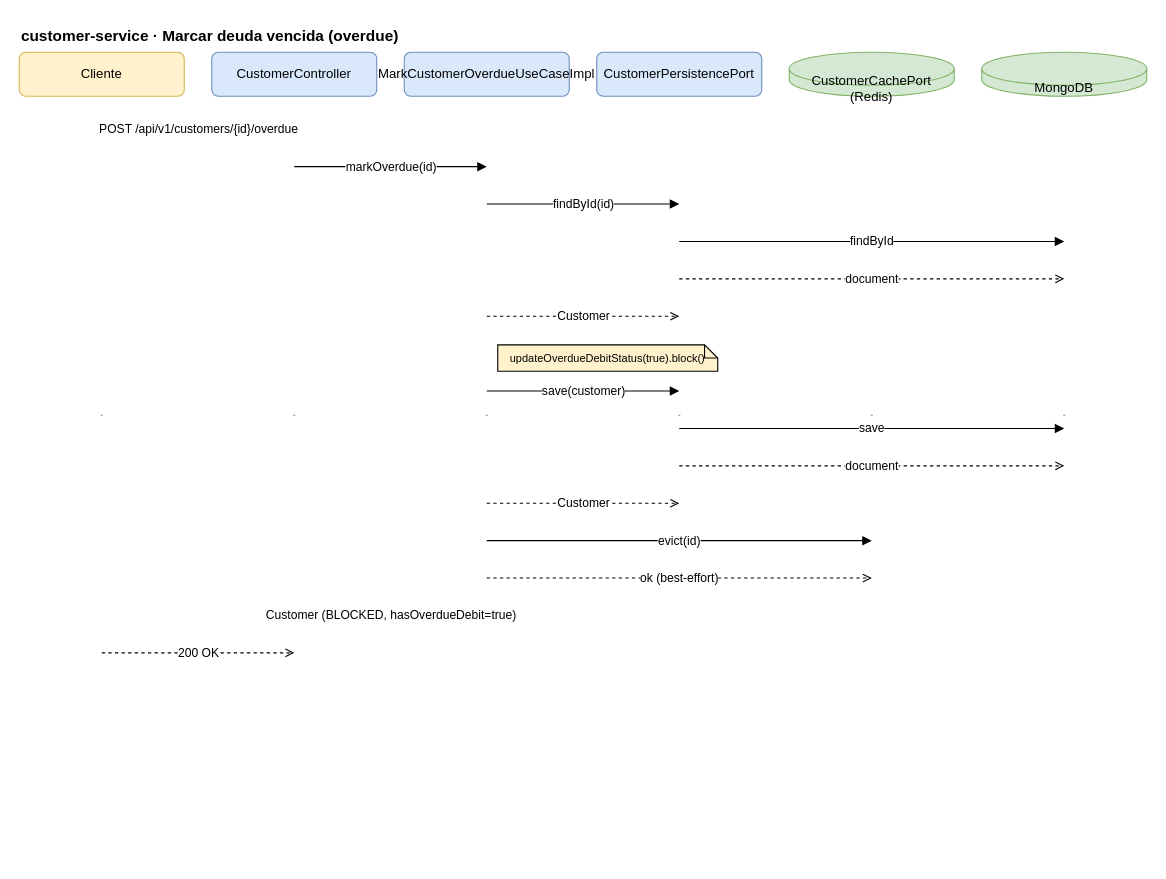
Earlier version of the draw.io diagram docs/diagrams/drawio/03-customer-overdue.drawio (Zairex-Code/financial-core). Source tidied: cells renumbered, new cells numbered last; positions are measured from the earlier drawing's top-left corner, leaving out a move shared by most shapes. Both pictures are drawn from the tidied source at 110%, with x=0, y=0 at pixel (19, 19).
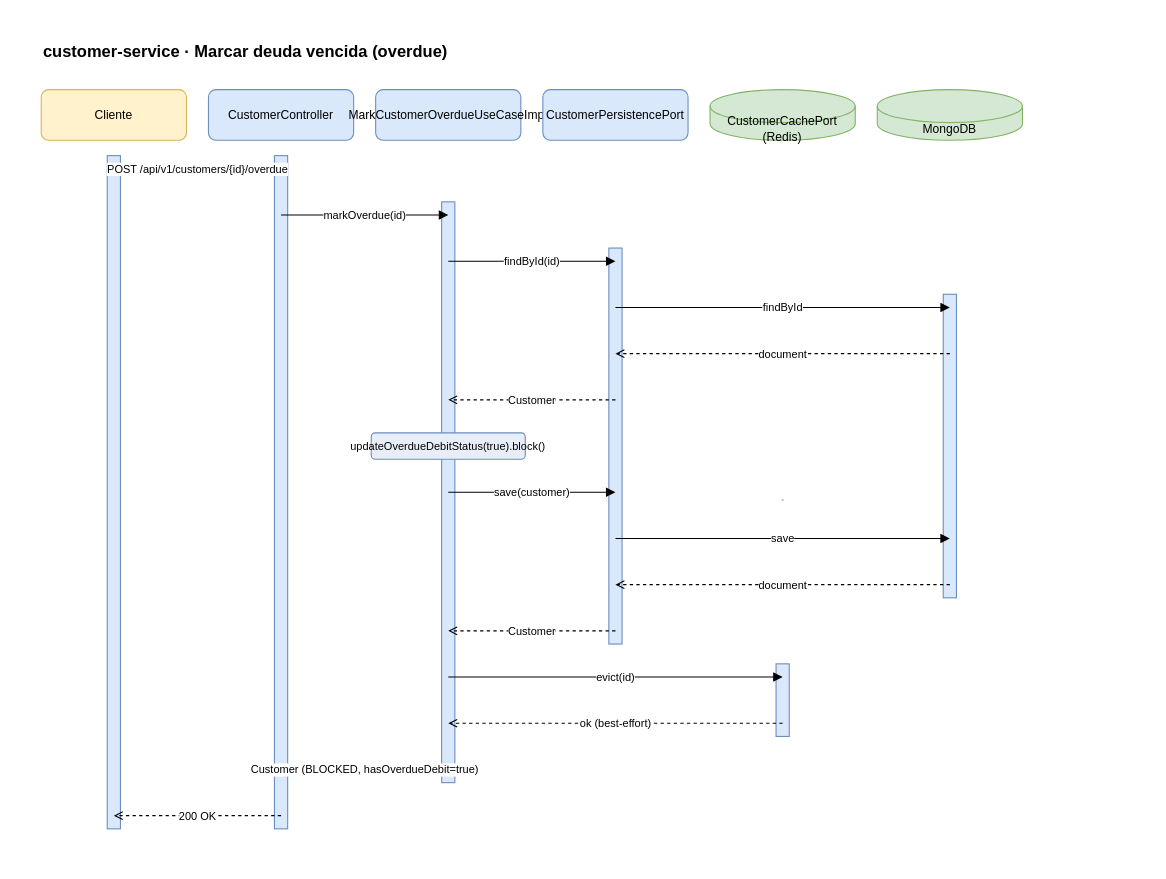
The same page after the edit.

The edit, as a diff of the source:
```diff
@@
+    <mxCell id="8" value="customer-service · Marcar deuda vencida (overdue)" style="text;html=1;align=left;fontSize=15;fontStyle=1;" parent="1" vertex="1">
+      <mxGeometry x="20" y="14" width="900" height="24" as="geometry" />
+    </mxCell>
-    <mxCell id="2" value="Cliente" style="rounded=1;whiteSpace=wrap;html=1;fillColor=#fff2cc;strokeColor=#d6b656;fontSize=12;" parent="1" vertex="1">
-      <mxGeometry y="30" width="150" height="40" as="geometry" />
+    <mxCell id="2" value="Cliente" style="rounded=1;whiteSpace=wrap;html=1;fillColor=#fff2cc;strokeColor=#d6b656;fontSize=11;" parent="1" vertex="1">
+      <mxGeometry x="20" y="64" width="132" height="46" as="geometry" />
     </mxCell>
-    <mxCell id="3" value="CustomerController" style="rounded=1;whiteSpace=wrap;html=1;fillColor=#dae8fc;strokeColor=#6c8ebf;fontSize=12;" parent="1" vertex="1">
-      <mxGeometry x="175" y="30" width="150" height="40" as="geometry" />
+    <mxCell id="3" value="CustomerController" style="rounded=1;whiteSpace=wrap;html=1;fillColor=#dae8fc;strokeColor=#6c8ebf;fontSize=11;fontStyle=0;" parent="1" vertex="1">
+      <mxGeometry x="172" y="64" width="132" height="46" as="geometry" />
     </mxCell>
-    <mxCell id="4" value="MarkCustomerOverdueUseCaseImpl" style="rounded=1;whiteSpace=wrap;html=1;fillColor=#dae8fc;strokeColor=#6c8ebf;fontSize=12;" parent="1" vertex="1">
-      <mxGeometry x="350" y="30" width="150" height="40" as="geometry" />
+    <mxCell id="4" value="MarkCustomerOverdueUseCaseImpl" style="rounded=1;whiteSpace=wrap;html=1;fillColor=#dae8fc;strokeColor=#6c8ebf;fontSize=11;fontStyle=0;" parent="1" vertex="1">
+      <mxGeometry x="324" y="64" width="132" height="46" as="geometry" />
     </mxCell>
-    <mxCell id="5" value="CustomerPersistencePort" style="rounded=1;whiteSpace=wrap;html=1;fillColor=#dae8fc;strokeColor=#6c8ebf;fontSize=12;" parent="1" vertex="1">
-      <mxGeometry x="525" y="30" width="150" height="40" as="geometry" />
+    <mxCell id="5" value="CustomerPersistencePort" style="rounded=1;whiteSpace=wrap;html=1;fillColor=#dae8fc;strokeColor=#6c8ebf;fontSize=11;fontStyle=0;" parent="1" vertex="1">
+      <mxGeometry x="476" y="64" width="132" height="46" as="geometry" />
     </mxCell>
-    <mxCell id="6" value="CustomerCachePort (Redis)" style="shape=cylinder3;whiteSpace=wrap;html=1;fillColor=#d5e8d4;strokeColor=#82b366;boundedLbl=1;backgroundOutline=1;size=15;fontSize=12;" parent="1" vertex="1">
-      <mxGeometry x="700" y="30" width="150" height="40" as="geometry" />
+    <mxCell id="6" value="CustomerCachePort (Redis)" style="shape=cylinder3;whiteSpace=wrap;html=1;fillColor=#d5e8d4;strokeColor=#82b366;boundedLbl=1;backgroundOutline=1;size=15;fontSize=11;" parent="1" vertex="1">
+      <mxGeometry x="628" y="64" width="132" height="46" as="geometry" />
     </mxCell>
-    <mxCell id="7" value="MongoDB" style="shape=cylinder3;whiteSpace=wrap;html=1;fillColor=#d5e8d4;strokeColor=#82b366;boundedLbl=1;backgroundOutline=1;size=15;fontSize=12;" parent="1" vertex="1">
-      <mxGeometry x="875" y="30" width="150" height="40" as="geometry" />
+    <mxCell id="7" value="MongoDB" style="shape=cylinder3;whiteSpace=wrap;html=1;fillColor=#d5e8d4;strokeColor=#82b366;boundedLbl=1;backgroundOutline=1;size=15;fontSize=11;" parent="1" vertex="1">
+      <mxGeometry x="780" y="64" width="132" height="46" as="geometry" />
     </mxCell>
-    <mxCell id="8" value="customer-service · Marcar deuda vencida (overdue)" style="text;html=1;align=left;fontSize=14;fontStyle=1;" parent="1" vertex="1">
-      <mxGeometry width="400" height="20" as="geometry" />
-    </mxCell>
     <mxCell id="9" style="shape=line;strokeColor=#999999;dashed=1;html=1;" parent="1" vertex="1">
-      <mxGeometry x="74" y="70" width="2" height="580" as="geometry" />
+      <mxGeometry x="85" y="110" width="2" height="654" as="geometry" />
     </mxCell>
     <mxCell id="10" style="shape=line;strokeColor=#999999;dashed=1;html=1;" parent="1" vertex="1">
-      <mxGeometry x="249" y="70" width="2" height="580" as="geometry" />
+      <mxGeometry x="237" y="110" width="2" height="654" as="geometry" />
     </mxCell>
     <mxCell id="11" style="shape=line;strokeColor=#999999;dashed=1;html=1;" parent="1" vertex="1">
-      <mxGeometry x="424" y="70" width="2" height="580" as="geometry" />
+      <mxGeometry x="389" y="110" width="2" height="654" as="geometry" />
     </mxCell>
     <mxCell id="12" style="shape=line;strokeColor=#999999;dashed=1;html=1;" parent="1" vertex="1">
-      <mxGeometry x="599" y="70" width="2" height="580" as="geometry" />
+      <mxGeometry x="541" y="110" width="2" height="654" as="geometry" />
     </mxCell>
     <mxCell id="13" style="shape=line;strokeColor=#999999;dashed=1;html=1;" parent="1" vertex="1">
-      <mxGeometry x="774" y="70" width="2" height="580" as="geometry" />
+      <mxGeometry x="693" y="110" width="2" height="654" as="geometry" />
     </mxCell>
     <mxCell id="14" style="shape=line;strokeColor=#999999;dashed=1;html=1;" parent="1" vertex="1">
-      <mxGeometry x="949" y="70" width="2" height="580" as="geometry" />
+      <mxGeometry x="845" y="110" width="2" height="654" as="geometry" />
     </mxCell>
-    <mxCell id="15" value="updateOverdueDebitStatus(true).block()" style="shape=note;whiteSpace=wrap;html=1;backgroundOutline=1;size=12;fillColor=#fff2cc;fontSize=10;" parent="1" vertex="1">
-      <mxGeometry x="435" y="296" width="200" height="24" as="geometry" />
-    </mxCell>
+    <mxCell id="30" style="rounded=0;html=1;fillColor=#dae8fc;strokeColor=#6c8ebf;" parent="1" vertex="1">
+      <mxGeometry x="80" y="124" width="12" height="612" as="geometry" />
+    </mxCell>
+    <mxCell id="31" style="rounded=0;html=1;fillColor=#dae8fc;strokeColor=#6c8ebf;" parent="1" vertex="1">
+      <mxGeometry x="232" y="124" width="12" height="612" as="geometry" />
+    </mxCell>
+    <mxCell id="32" style="rounded=0;html=1;fillColor=#dae8fc;strokeColor=#6c8ebf;" parent="1" vertex="1">
+      <mxGeometry x="384" y="166" width="12" height="528" as="geometry" />
+    </mxCell>
+    <mxCell id="33" style="rounded=0;html=1;fillColor=#dae8fc;strokeColor=#6c8ebf;" parent="1" vertex="1">
+      <mxGeometry x="536" y="208" width="12" height="360" as="geometry" />
+    </mxCell>
+    <mxCell id="34" style="rounded=0;html=1;fillColor=#dae8fc;strokeColor=#6c8ebf;" parent="1" vertex="1">
+      <mxGeometry x="688" y="586" width="12" height="66" as="geometry" />
+    </mxCell>
+    <mxCell id="35" style="rounded=0;html=1;fillColor=#dae8fc;strokeColor=#6c8ebf;" parent="1" vertex="1">
+      <mxGeometry x="840" y="250" width="12" height="276" as="geometry" />
+    </mxCell>
-    <mxCell id="16" value="POST /api/v1/customers/{id}/overdue" style="edgeStyle=orthogonalEdgeStyle;rounded=0;html=1;endArrow=block;fontSize=11;" parent="1" edge="1">
+    <mxCell id="16" value="POST /api/v1/customers/{id}/overdue" style="edgeStyle=orthogonalEdgeStyle;rounded=0;html=1;endArrow=block;fontSize=10;labelBackgroundColor=#ffffff;" parent="1" edge="1">
       <mxGeometry relative="1" as="geometry">
-        <mxPoint x="75" y="100" as="sourcePoint" />
-        <mxPoint x="250" y="100" as="targetPoint" />
+        <mxPoint x="86" y="136" as="sourcePoint" />
+        <mxPoint x="238" y="136" as="targetPoint" />
       </mxGeometry>
     </mxCell>
-    <mxCell id="17" value="markOverdue(id)" style="edgeStyle=orthogonalEdgeStyle;rounded=0;html=1;endArrow=block;fontSize=11;" parent="1" edge="1">
+    <mxCell id="17" value="markOverdue(id)" style="edgeStyle=orthogonalEdgeStyle;rounded=0;html=1;endArrow=block;fontSize=10;labelBackgroundColor=#ffffff;" parent="1" edge="1">
       <mxGeometry relative="1" as="geometry">
-        <mxPoint x="250" y="134" as="sourcePoint" />
-        <mxPoint x="425" y="134" as="targetPoint" />
+        <mxPoint x="238" y="178" as="sourcePoint" />
+        <mxPoint x="390" y="178" as="targetPoint" />
       </mxGeometry>
     </mxCell>
-    <mxCell id="18" value="findById(id)" style="edgeStyle=orthogonalEdgeStyle;rounded=0;html=1;endArrow=block;fontSize=11;" parent="1" edge="1">
+    <mxCell id="18" value="findById(id)" style="edgeStyle=orthogonalEdgeStyle;rounded=0;html=1;endArrow=block;fontSize=10;labelBackgroundColor=#ffffff;" parent="1" edge="1">
       <mxGeometry relative="1" as="geometry">
-        <mxPoint x="425" y="168" as="sourcePoint" />
-        <mxPoint x="600" y="168" as="targetPoint" />
+        <mxPoint x="390" y="220" as="sourcePoint" />
+        <mxPoint x="542" y="220" as="targetPoint" />
       </mxGeometry>
     </mxCell>
-    <mxCell id="19" value="findById" style="edgeStyle=orthogonalEdgeStyle;rounded=0;html=1;endArrow=block;fontSize=11;" parent="1" edge="1">
+    <mxCell id="19" value="findById" style="edgeStyle=orthogonalEdgeStyle;rounded=0;html=1;endArrow=block;fontSize=10;labelBackgroundColor=#ffffff;" parent="1" edge="1">
       <mxGeometry relative="1" as="geometry">
-        <mxPoint x="600" y="202" as="sourcePoint" />
-        <mxPoint x="950" y="202" as="targetPoint" />
+        <mxPoint x="542" y="262" as="sourcePoint" />
+        <mxPoint x="846" y="262" as="targetPoint" />
       </mxGeometry>
     </mxCell>
-    <mxCell id="20" value="document" style="edgeStyle=orthogonalEdgeStyle;rounded=0;html=1;dashed=1;endArrow=open;fontSize=11;" parent="1" edge="1">
+    <mxCell id="20" value="document" style="edgeStyle=orthogonalEdgeStyle;rounded=0;html=1;dashed=1;endArrow=open;fontSize=10;labelBackgroundColor=#ffffff;" parent="1" edge="1">
       <mxGeometry relative="1" as="geometry">
-        <mxPoint x="600" y="236" as="sourcePoint" />
-        <mxPoint x="950" y="236" as="targetPoint" />
+        <mxPoint x="846" y="304" as="sourcePoint" />
+        <mxPoint x="542" y="304" as="targetPoint" />
       </mxGeometry>
     </mxCell>
-    <mxCell id="21" value="Customer" style="edgeStyle=orthogonalEdgeStyle;rounded=0;html=1;dashed=1;endArrow=open;fontSize=11;" parent="1" edge="1">
+    <mxCell id="21" value="Customer" style="edgeStyle=orthogonalEdgeStyle;rounded=0;html=1;dashed=1;endArrow=open;fontSize=10;labelBackgroundColor=#ffffff;" parent="1" edge="1">
       <mxGeometry relative="1" as="geometry">
-        <mxPoint x="425" y="270" as="sourcePoint" />
-        <mxPoint x="600" y="270" as="targetPoint" />
+        <mxPoint x="542" y="346" as="sourcePoint" />
+        <mxPoint x="390" y="346" as="targetPoint" />
       </mxGeometry>
     </mxCell>
+    <mxCell id="15" value="updateOverdueDebitStatus(true).block()" style="rounded=1;whiteSpace=wrap;html=1;fillColor=#e8eef7;strokeColor=#6c8ebf;fontSize=10;" parent="1" vertex="1">
+      <mxGeometry x="320" y="376" width="140" height="24" as="geometry" />
+    </mxCell>
-    <mxCell id="22" value="save(customer)" style="edgeStyle=orthogonalEdgeStyle;rounded=0;html=1;endArrow=block;fontSize=11;" parent="1" edge="1">
+    <mxCell id="22" value="save(customer)" style="edgeStyle=orthogonalEdgeStyle;rounded=0;html=1;endArrow=block;fontSize=10;labelBackgroundColor=#ffffff;" parent="1" edge="1">
       <mxGeometry relative="1" as="geometry">
-        <mxPoint x="425" y="338" as="sourcePoint" />
-        <mxPoint x="600" y="338" as="targetPoint" />
+        <mxPoint x="390" y="430" as="sourcePoint" />
+        <mxPoint x="542" y="430" as="targetPoint" />
       </mxGeometry>
     </mxCell>
-    <mxCell id="23" value="save" style="edgeStyle=orthogonalEdgeStyle;rounded=0;html=1;endArrow=block;fontSize=11;" parent="1" edge="1">
+    <mxCell id="23" value="save" style="edgeStyle=orthogonalEdgeStyle;rounded=0;html=1;endArrow=block;fontSize=10;labelBackgroundColor=#ffffff;" parent="1" edge="1">
       <mxGeometry relative="1" as="geometry">
-        <mxPoint x="600" y="372" as="sourcePoint" />
-        <mxPoint x="950" y="372" as="targetPoint" />
+        <mxPoint x="542" y="472" as="sourcePoint" />
+        <mxPoint x="846" y="472" as="targetPoint" />
       </mxGeometry>
     </mxCell>
-    <mxCell id="24" value="document" style="edgeStyle=orthogonalEdgeStyle;rounded=0;html=1;dashed=1;endArrow=open;fontSize=11;" parent="1" edge="1">
+    <mxCell id="24" value="document" style="edgeStyle=orthogonalEdgeStyle;rounded=0;html=1;dashed=1;endArrow=open;fontSize=10;labelBackgroundColor=#ffffff;" parent="1" edge="1">
       <mxGeometry relative="1" as="geometry">
-        <mxPoint x="600" y="406" as="sourcePoint" />
-        <mxPoint x="950" y="406" as="targetPoint" />
+        <mxPoint x="846" y="514" as="sourcePoint" />
+        <mxPoint x="542" y="514" as="targetPoint" />
       </mxGeometry>
     </mxCell>
-    <mxCell id="25" value="Customer" style="edgeStyle=orthogonalEdgeStyle;rounded=0;html=1;dashed=1;endArrow=open;fontSize=11;" parent="1" edge="1">
+    <mxCell id="25" value="Customer" style="edgeStyle=orthogonalEdgeStyle;rounded=0;html=1;dashed=1;endArrow=open;fontSize=10;labelBackgroundColor=#ffffff;" parent="1" edge="1">
       <mxGeometry relative="1" as="geometry">
-        <mxPoint x="425" y="440" as="sourcePoint" />
-        <mxPoint x="600" y="440" as="targetPoint" />
+        <mxPoint x="542" y="556" as="sourcePoint" />
+        <mxPoint x="390" y="556" as="targetPoint" />
       </mxGeometry>
     </mxCell>
-    <mxCell id="26" value="evict(id)" style="edgeStyle=orthogonalEdgeStyle;rounded=0;html=1;endArrow=block;fontSize=11;" parent="1" edge="1">
+    <mxCell id="26" value="evict(id)" style="edgeStyle=orthogonalEdgeStyle;rounded=0;html=1;endArrow=block;fontSize=10;labelBackgroundColor=#ffffff;" parent="1" edge="1">
       <mxGeometry relative="1" as="geometry">
-        <mxPoint x="425" y="474" as="sourcePoint" />
-        <mxPoint x="775" y="474" as="targetPoint" />
+        <mxPoint x="390" y="598" as="sourcePoint" />
+        <mxPoint x="694" y="598" as="targetPoint" />
       </mxGeometry>
     </mxCell>
-    <mxCell id="27" value="ok (best-effort)" style="edgeStyle=orthogonalEdgeStyle;rounded=0;html=1;dashed=1;endArrow=open;fontSize=11;" parent="1" edge="1">
+    <mxCell id="27" value="ok (best-effort)" style="edgeStyle=orthogonalEdgeStyle;rounded=0;html=1;dashed=1;endArrow=open;fontSize=10;labelBackgroundColor=#ffffff;" parent="1" edge="1">
       <mxGeometry relative="1" as="geometry">
-        <mxPoint x="425" y="508" as="sourcePoint" />
-        <mxPoint x="775" y="508" as="targetPoint" />
+        <mxPoint x="694" y="640" as="sourcePoint" />
+        <mxPoint x="390" y="640" as="targetPoint" />
       </mxGeometry>
     </mxCell>
-    <mxCell id="28" value="Customer (BLOCKED, hasOverdueDebit=true)" style="edgeStyle=orthogonalEdgeStyle;rounded=0;html=1;dashed=1;endArrow=open;fontSize=11;" parent="1" edge="1">
+    <mxCell id="28" value="Customer (BLOCKED, hasOverdueDebit=true)" style="edgeStyle=orthogonalEdgeStyle;rounded=0;html=1;dashed=1;endArrow=open;fontSize=10;labelBackgroundColor=#ffffff;" parent="1" edge="1">
       <mxGeometry relative="1" as="geometry">
-        <mxPoint x="250" y="542" as="sourcePoint" />
-        <mxPoint x="425" y="542" as="targetPoint" />
+        <mxPoint x="390" y="682" as="sourcePoint" />
+        <mxPoint x="238" y="682" as="targetPoint" />
       </mxGeometry>
     </mxCell>
-    <mxCell id="29" value="200 OK" style="edgeStyle=orthogonalEdgeStyle;rounded=0;html=1;dashed=1;endArrow=open;fontSize=11;" parent="1" edge="1">
+    <mxCell id="29" value="200 OK" style="edgeStyle=orthogonalEdgeStyle;rounded=0;html=1;dashed=1;endArrow=open;fontSize=10;labelBackgroundColor=#ffffff;" parent="1" edge="1">
       <mxGeometry relative="1" as="geometry">
-        <mxPoint x="75" y="576" as="sourcePoint" />
-        <mxPoint x="250" y="576" as="targetPoint" />
+        <mxPoint x="238" y="724" as="sourcePoint" />
+        <mxPoint x="86" y="724" as="targetPoint" />
       </mxGeometry>
     </mxCell>
```
